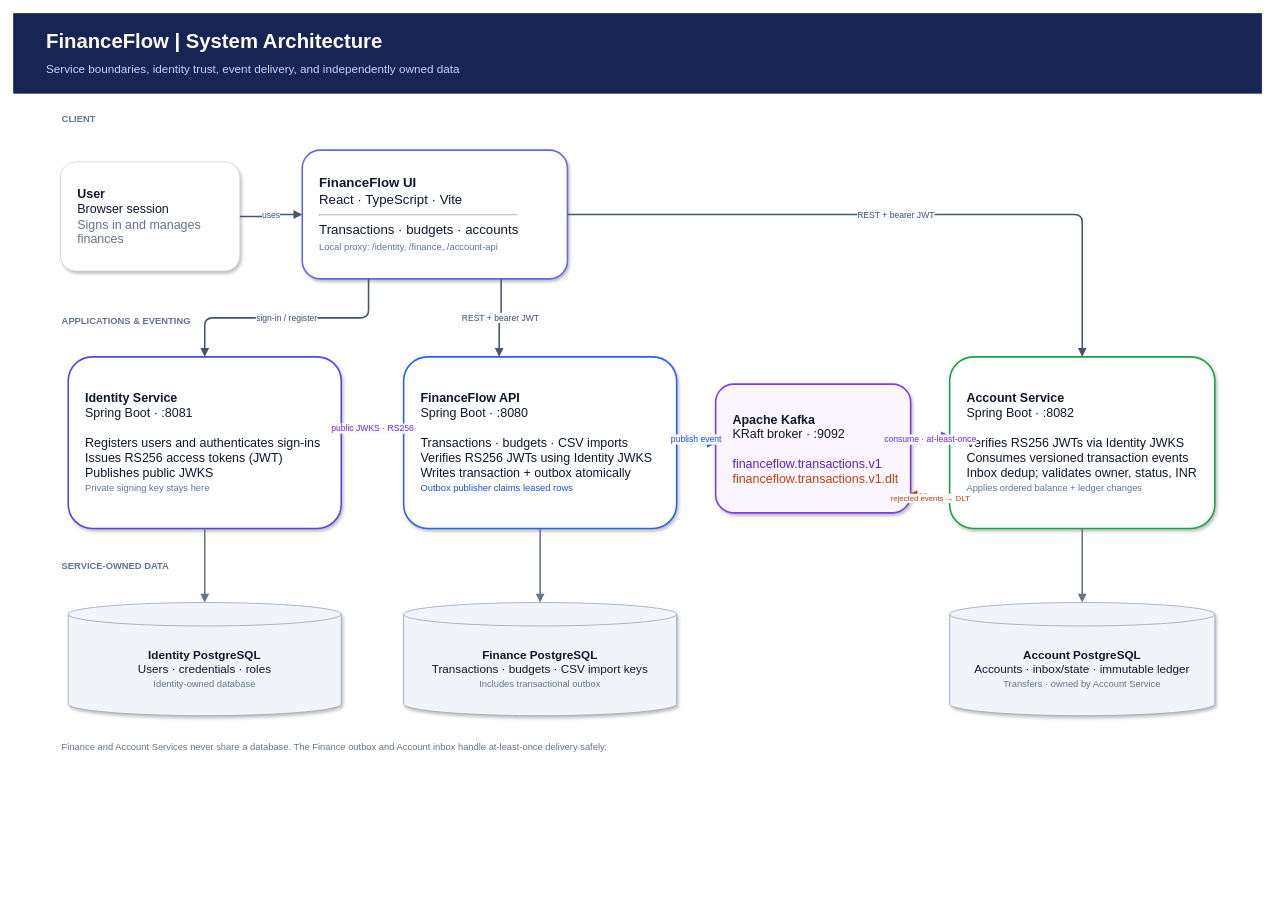
The draw.io diagram docs/architecture/financeflow-architecture.drawio in bewidmj/financeflow, before the edit. Source tidied: cells renumbered, new cells numbered last; positions are measured from the earlier drawing's top-left corner, leaving out a move shared by most shapes. Both pictures are drawn from the tidied source at 78%, with x=0, y=0 at pixel (13, 13).
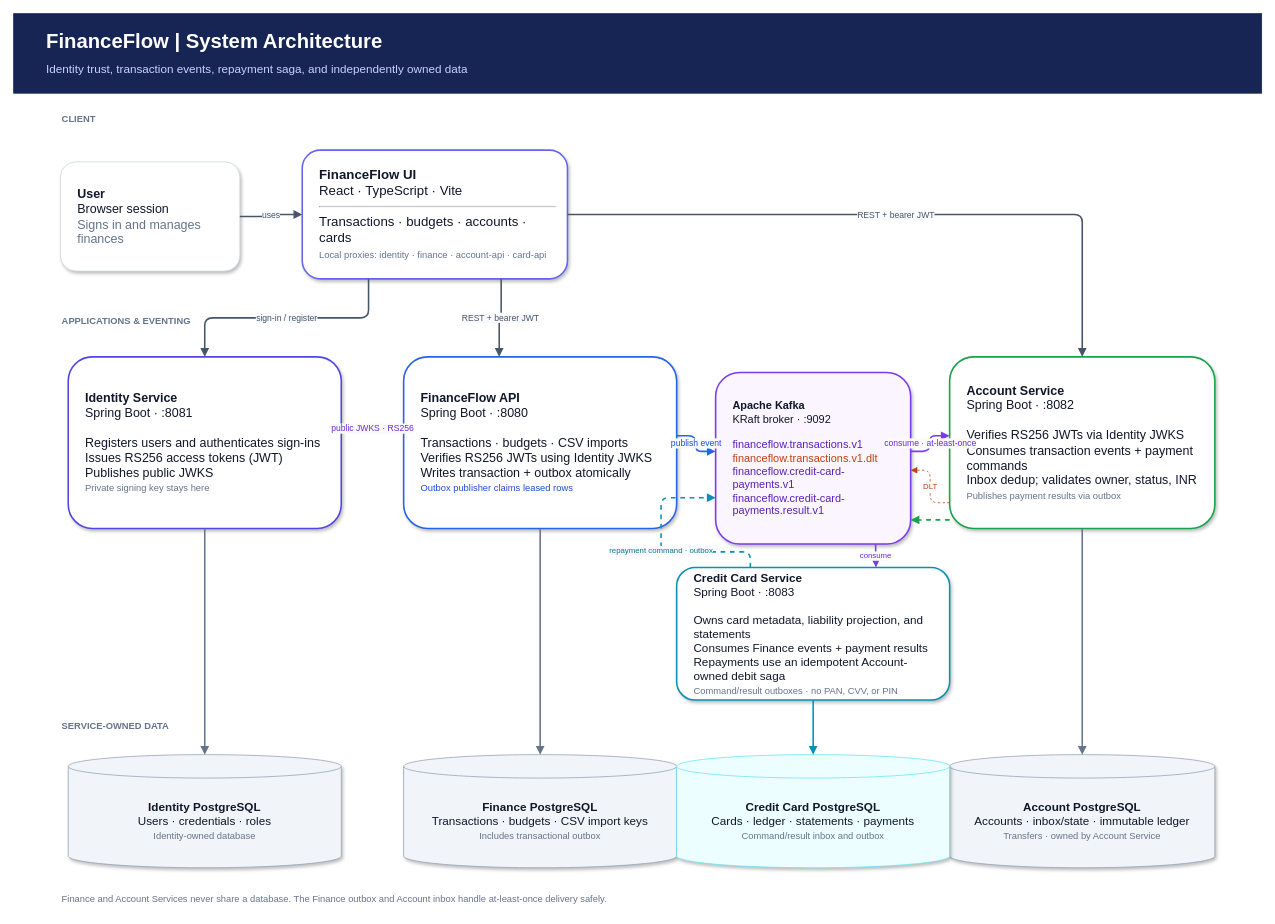
After the change.

Commit message (it also covers changes not shown here):
added credit crad feature

Change to the diagram source:
```diff
@@
-    <mxCell id="2" value="&lt;b&gt;FinanceFlow | System Architecture&lt;/b&gt;&lt;br&gt;&lt;font color=&quot;#c7d2fe&quot; style=&quot;font-size:15px&quot;&gt;Service boundaries, identity trust, event delivery, and independently owned data&lt;/font&gt;" style="rounded=0;whiteSpace=wrap;html=1;fillColor=#172554;strokeColor=#172554;fontColor=#ffffff;fontSize=26;align=left;verticalAlign=middle;spacingLeft=40;" parent="1" vertex="1">
+    <mxCell id="2" value="&lt;b&gt;FinanceFlow | System Architecture&lt;/b&gt;&lt;br&gt;&lt;font color=&quot;#c7d2fe&quot; style=&quot;font-size:15px&quot;&gt;Identity trust, transaction events, repayment saga, and independently owned data&lt;/font&gt;" style="rounded=0;whiteSpace=wrap;html=1;fillColor=#172554;strokeColor=#172554;fontColor=#ffffff;fontSize=26;align=left;verticalAlign=middle;spacingLeft=40;" parent="1" vertex="1">
       <mxGeometry width="1600" height="102" as="geometry" />
     </mxCell>
@@
     <mxCell id="5" value="SERVICE-OWNED DATA" style="text;html=1;strokeColor=none;fillColor=none;fontColor=#64748b;fontStyle=1;fontSize=12;align=left;verticalAlign=middle;" parent="1" vertex="1">
-      <mxGeometry x="60" y="696" width="250" height="25" as="geometry" />
+      <mxGeometry x="60" y="900" width="250" height="25" as="geometry" />
     </mxCell>
@@
-    <mxCell id="7" value="&lt;b&gt;FinanceFlow UI&lt;/b&gt;&lt;br&gt;React · TypeScript · Vite&lt;hr&gt;Transactions · budgets · accounts&lt;br&gt;&lt;font color=&quot;#64748b&quot; style=&quot;font-size:12px&quot;&gt;Local proxy: /identity, /finance, /account-api&lt;/font&gt;" style="rounded=1;arcSize=14;whiteSpace=wrap;html=1;fillColor=#ffffff;strokeColor=#6366f1;strokeWidth=2;fontColor=#0f172a;fontSize=17;align=left;verticalAlign=middle;spacingLeft=20;spacingRight=14;shadow=1;" parent="1" vertex="1">
+    <mxCell id="7" value="&lt;b&gt;FinanceFlow UI&lt;/b&gt;&lt;br&gt;React · TypeScript · Vite&lt;hr&gt;Transactions · budgets · accounts · cards&lt;br&gt;&lt;font color=&quot;#64748b&quot; style=&quot;font-size:12px&quot;&gt;Local proxies: identity · finance · account-api · card-api&lt;/font&gt;" style="rounded=1;arcSize=14;whiteSpace=wrap;html=1;fillColor=#ffffff;strokeColor=#6366f1;strokeWidth=2;fontColor=#0f172a;fontSize=17;align=left;verticalAlign=middle;spacingLeft=20;spacingRight=14;shadow=1;" parent="1" vertex="1">
       <mxGeometry x="370" y="175" width="340" height="165" as="geometry" />
     </mxCell>
@@
-    <mxCell id="10" value="&lt;b&gt;Apache Kafka&lt;/b&gt;&lt;br&gt;KRaft broker · :9092&lt;br&gt;&lt;br&gt;&lt;font color=&quot;#5b21b6&quot;&gt;financeflow.transactions.v1&lt;/font&gt;&lt;br&gt;&lt;font color=&quot;#c2410c&quot;&gt;financeflow.transactions.v1.dlt&lt;/font&gt;" style="rounded=1;arcSize=14;whiteSpace=wrap;html=1;fillColor=#faf5ff;strokeColor=#7c3aed;strokeWidth=2;fontColor=#0f172a;fontSize=16;align=left;verticalAlign=middle;spacingLeft=20;spacingRight=12;shadow=1;" parent="1" vertex="1">
-      <mxGeometry x="900" y="475" width="250" height="165" as="geometry" />
+    <mxCell id="10" value="&lt;b&gt;Apache Kafka&lt;/b&gt;&lt;br&gt;KRaft broker · :9092&lt;br&gt;&lt;br&gt;&lt;font color=&quot;#5b21b6&quot;&gt;financeflow.transactions.v1&lt;/font&gt;&lt;br&gt;&lt;font color=&quot;#c2410c&quot;&gt;financeflow.transactions.v1.dlt&lt;/font&gt;&lt;br&gt;&lt;font color=&quot;#5b21b6&quot;&gt;financeflow.credit-card-payments.v1&lt;/font&gt;&lt;br&gt;&lt;font color=&quot;#5b21b6&quot;&gt;financeflow.credit-card-payments.result.v1&lt;/font&gt;" style="rounded=1;arcSize=14;whiteSpace=wrap;html=1;fillColor=#faf5ff;strokeColor=#7c3aed;strokeWidth=2;fontColor=#0f172a;fontSize=14;align=left;verticalAlign=middle;spacingLeft=20;spacingRight=12;shadow=1;" parent="1" vertex="1">
+      <mxGeometry x="900" y="460" width="250" height="220" as="geometry" />
     </mxCell>
-    <mxCell id="11" value="&lt;b&gt;Account Service&lt;/b&gt;&lt;br&gt;Spring Boot · :8082&lt;br&gt;&lt;br&gt;Verifies RS256 JWTs via Identity JWKS&lt;br&gt;Consumes versioned transaction events&lt;br&gt;Inbox dedup; validates owner, status, INR&lt;br&gt;&lt;font color=&quot;#64748b&quot; style=&quot;font-size:12px&quot;&gt;Applies ordered balance + ledger changes&lt;/font&gt;" style="rounded=1;arcSize=14;whiteSpace=wrap;html=1;fillColor=#ffffff;strokeColor=#16a34a;strokeWidth=2;fontColor=#0f172a;fontSize=16;align=left;verticalAlign=middle;spacingLeft=20;spacingRight=12;shadow=1;" parent="1" vertex="1">
+    <mxCell id="11" value="&lt;b&gt;Account Service&lt;/b&gt;&lt;br&gt;Spring Boot · :8082&lt;br&gt;&lt;br&gt;Verifies RS256 JWTs via Identity JWKS&lt;br&gt;Consumes transaction events + payment commands&lt;br&gt;Inbox dedup; validates owner, status, INR&lt;br&gt;&lt;font color=&quot;#64748b&quot; style=&quot;font-size:12px&quot;&gt;Publishes payment results via outbox&lt;/font&gt;" style="rounded=1;arcSize=14;whiteSpace=wrap;html=1;fillColor=#ffffff;strokeColor=#16a34a;strokeWidth=2;fontColor=#0f172a;fontSize=16;align=left;verticalAlign=middle;spacingLeft=20;spacingRight=12;shadow=1;" parent="1" vertex="1">
       <mxGeometry x="1200" y="440" width="340" height="220" as="geometry" />
     </mxCell>
+    <mxCell id="27" value="&lt;b&gt;Credit Card Service&lt;/b&gt;&lt;br&gt;Spring Boot · :8083&lt;br&gt;&lt;br&gt;Owns card metadata, liability projection, and statements&lt;br&gt;Consumes Finance events + payment results&lt;br&gt;Repayments use an idempotent Account-owned debit saga&lt;br&gt;&lt;font color=&quot;#64748b&quot; style=&quot;font-size:12px&quot;&gt;Command/result outboxes · no PAN, CVV, or PIN&lt;/font&gt;" style="rounded=1;arcSize=14;whiteSpace=wrap;html=1;fillColor=#ffffff;strokeColor=#0891b2;strokeWidth=2;fontColor=#0f172a;fontSize=15;align=left;verticalAlign=middle;spacingLeft=20;spacingRight=12;shadow=1;" parent="1" vertex="1">
+      <mxGeometry x="850" y="710" width="350" height="170" as="geometry" />
+    </mxCell>
     <mxCell id="12" value="&lt;b&gt;Identity PostgreSQL&lt;/b&gt;&lt;br&gt;Users · credentials · roles&lt;br&gt;&lt;font color=&quot;#64748b&quot; style=&quot;font-size:12px&quot;&gt;Identity-owned database&lt;/font&gt;" style="shape=cylinder3;whiteSpace=wrap;html=1;boundedLbl=1;backgroundOutline=1;size=15;fillColor=#f1f5f9;strokeColor=#94a3b8;fontColor=#0f172a;fontSize=15;align=center;verticalAlign=middle;shadow=1;" parent="1" vertex="1">
-      <mxGeometry x="70" y="755" width="350" height="145" as="geometry" />
+      <mxGeometry x="70" y="950" width="350" height="145" as="geometry" />
     </mxCell>
     <mxCell id="13" value="&lt;b&gt;Finance PostgreSQL&lt;/b&gt;&lt;br&gt;Transactions · budgets · CSV import keys&lt;br&gt;&lt;font color=&quot;#64748b&quot; style=&quot;font-size:12px&quot;&gt;Includes transactional outbox&lt;/font&gt;" style="shape=cylinder3;whiteSpace=wrap;html=1;boundedLbl=1;backgroundOutline=1;size=15;fillColor=#f1f5f9;strokeColor=#94a3b8;fontColor=#0f172a;fontSize=15;align=center;verticalAlign=middle;shadow=1;" parent="1" vertex="1">
-      <mxGeometry x="500" y="755" width="350" height="145" as="geometry" />
+      <mxGeometry x="500" y="950" width="350" height="145" as="geometry" />
     </mxCell>
     <mxCell id="14" value="&lt;b&gt;Account PostgreSQL&lt;/b&gt;&lt;br&gt;Accounts · inbox/state · immutable ledger&lt;br&gt;&lt;font color=&quot;#64748b&quot; style=&quot;font-size:12px&quot;&gt;Transfers · owned by Account Service&lt;/font&gt;" style="shape=cylinder3;whiteSpace=wrap;html=1;boundedLbl=1;backgroundOutline=1;size=15;fillColor=#f1f5f9;strokeColor=#94a3b8;fontColor=#0f172a;fontSize=15;align=center;verticalAlign=middle;shadow=1;" parent="1" vertex="1">
-      <mxGeometry x="1200" y="755" width="340" height="145" as="geometry" />
+      <mxGeometry x="1200" y="950" width="340" height="145" as="geometry" />
     </mxCell>
+    <mxCell id="28" value="&lt;b&gt;Credit Card PostgreSQL&lt;/b&gt;&lt;br&gt;Cards · ledger · statements · payments&lt;br&gt;&lt;font color=&quot;#64748b&quot; style=&quot;font-size:12px&quot;&gt;Command/result inbox and outbox&lt;/font&gt;" style="shape=cylinder3;whiteSpace=wrap;html=1;boundedLbl=1;backgroundOutline=1;size=15;fillColor=#ecfeff;strokeColor=#67e8f9;fontColor=#0f172a;fontSize=15;align=center;verticalAlign=middle;shadow=1;" parent="1" vertex="1">
+      <mxGeometry x="850" y="950" width="350" height="145" as="geometry" />
+    </mxCell>
@@
-    <mxCell id="22" value="rejected events → DLT" style="edgeStyle=orthogonalEdgeStyle;rounded=1;jettySize=auto;html=1;strokeColor=#c2410c;strokeWidth=1;dashed=1;endArrow=block;endFill=1;fontColor=#c2410c;fontSize=10;labelBackgroundColor=#f8fafc;exitX=0;exitY=0.85;entryX=1;entryY=0.85;" parent="1" edge="1" source="11" target="10">
+    <mxCell id="22" value="DLT" style="edgeStyle=orthogonalEdgeStyle;rounded=1;jettySize=auto;html=1;strokeColor=#c2410c;strokeWidth=1;dashed=1;endArrow=block;endFill=1;fontColor=#c2410c;fontSize=10;labelBackgroundColor=#f8fafc;exitX=0;exitY=0.85;entryX=1;entryY=0.57;" parent="1" edge="1" source="11" target="10">
       <mxGeometry relative="1" as="geometry" />
     </mxCell>
+    <mxCell id="29" value="consume" style="edgeStyle=orthogonalEdgeStyle;rounded=1;jettySize=auto;html=1;strokeColor=#7c3aed;strokeWidth=2;endArrow=block;endFill=1;fontColor=#6d28d9;fontSize=10;labelBackgroundColor=#f8fafc;exitX=0.82;exitY=1;entryX=0.73;entryY=0;" parent="1" edge="1" source="10" target="27">
+      <mxGeometry relative="1" as="geometry" />
+    </mxCell>
+    <mxCell id="30" value="repayment command · outbox" style="edgeStyle=orthogonalEdgeStyle;rounded=1;jettySize=auto;html=1;strokeColor=#0891b2;strokeWidth=2;dashed=1;endArrow=block;endFill=1;fontColor=#0e7490;fontSize=10;labelBackgroundColor=#f8fafc;exitX=0.27;exitY=0;entryX=0;entryY=0.73;" parent="1" edge="1" source="27" target="10">
+      <mxGeometry relative="1" as="geometry" />
+    </mxCell>
+    <mxCell id="31" style="edgeStyle=orthogonalEdgeStyle;rounded=1;jettySize=auto;html=1;strokeColor=#16a34a;strokeWidth=2;dashed=1;endArrow=block;endFill=1;fontColor=#15803d;fontSize=10;labelBackgroundColor=#f8fafc;exitX=0;exitY=0.95;entryX=1;entryY=0.86;" parent="1" edge="1" source="11" target="10">
+      <mxGeometry relative="1" as="geometry" />
+    </mxCell>
@@
+    <mxCell id="32" style="edgeStyle=orthogonalEdgeStyle;rounded=1;html=1;strokeColor=#0891b2;strokeWidth=2;endArrow=block;endFill=1;exitX=0.5;exitY=1;entryX=0.5;entryY=0;" parent="1" edge="1" source="27" target="28">
+      <mxGeometry relative="1" as="geometry" />
+    </mxCell>
     <mxCell id="26" value="&lt;font color=&quot;#64748b&quot; style=&quot;font-size:12px&quot;&gt;Finance and Account Services never share a database. The Finance outbox and Account inbox handle at-least-once delivery safely.&lt;/font&gt;" style="text;html=1;strokeColor=none;fillColor=none;align=left;verticalAlign=middle;" parent="1" vertex="1">
-      <mxGeometry x="60" y="925" width="1480" height="30" as="geometry" />
+      <mxGeometry x="60" y="1120" width="1480" height="30" as="geometry" />
     </mxCell>
```
